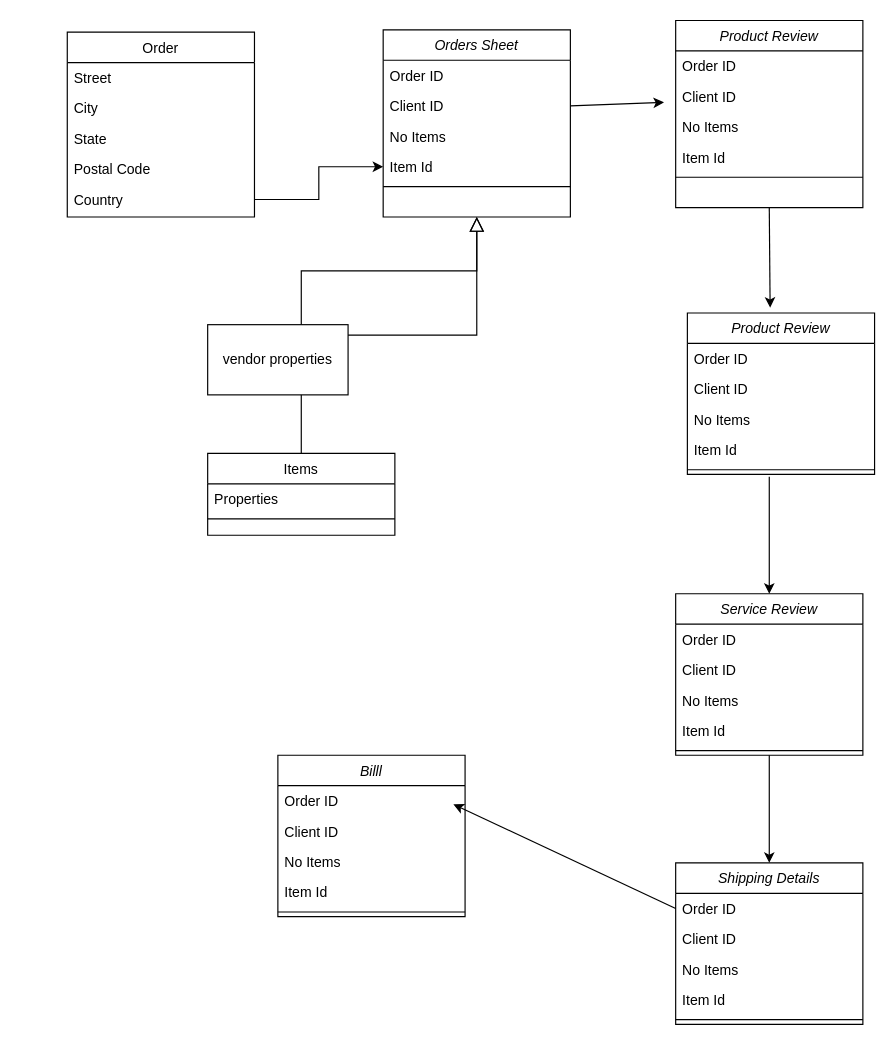
nlakshmirajasekhar/HospitalData keeps this draw.io diagram as Untitled Diagram.drawio. Above is the earlier version. Source tidied: cells renumbered, new cells numbered last; positions are measured from the earlier drawing's top-left corner, leaving out a move shared by most shapes. Both pictures are drawn from the tidied source at 117%, with x=0, y=0 at pixel (67, 20).
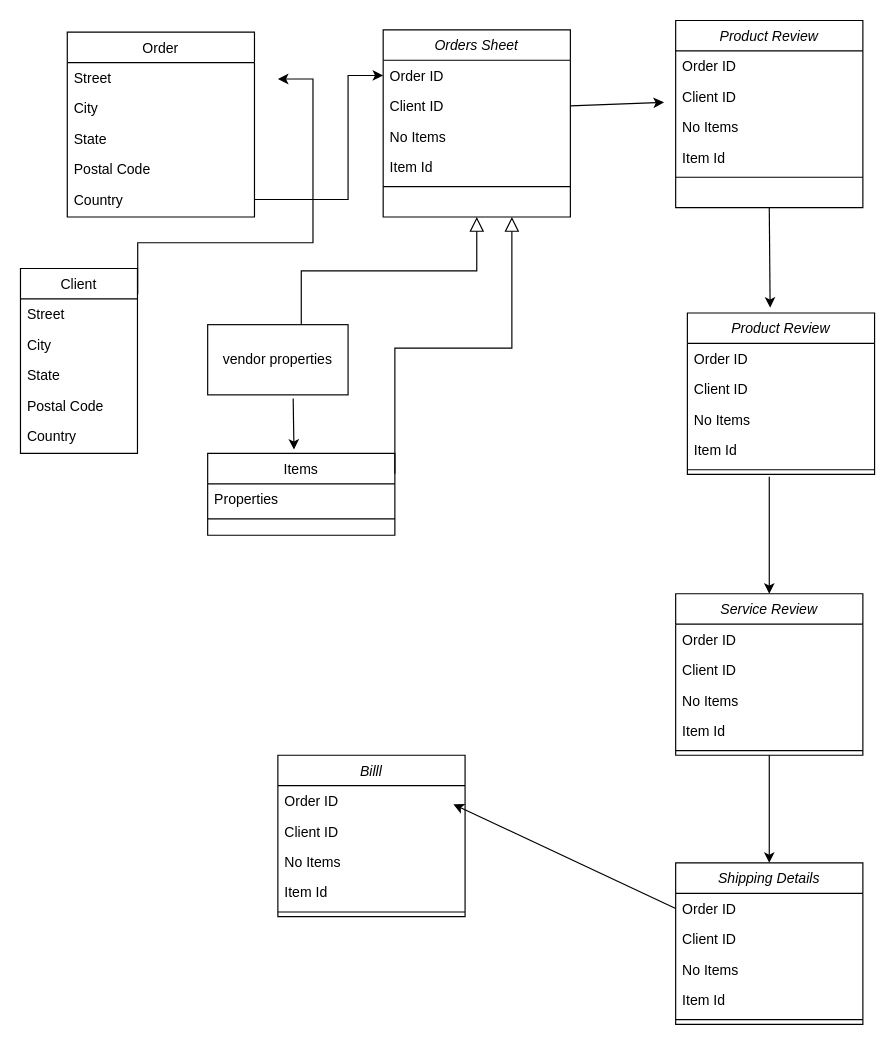
Above is the later version.

The change refers to these unchanged cells:
```xml
<mxCell id="2" value="Orders Sheet" style="swimlane;fontStyle=2;align=center;verticalAlign=top;horizontal=1;startSize=26;rounded=0;shadow=0;strokeWidth=1;" parent="1" vertex="1">
  <mxGeometry x="270" y="8" width="160" height="160" as="geometry" />
</mxCell>
<mxCell id="3" value="Order ID" style="text;align=left;verticalAlign=top;spacingLeft=4;spacingRight=4;overflow=hidden;points=[[0,0.5],[1,0.5]];portConstraint=eastwest;" parent="2" vertex="1">
  <mxGeometry y="26" width="160" height="26" as="geometry" />
</mxCell>
<mxCell id="6" value="Item Id " style="text;align=left;verticalAlign=top;spacingLeft=4;spacingRight=4;overflow=hidden;points=[[0,0.5],[1,0.5]];portConstraint=eastwest;rounded=0;shadow=0;html=0;" parent="2" vertex="1">
  <mxGeometry y="104" width="160" height="26" as="geometry" />
</mxCell>
<mxCell id="9" value="Items" style="swimlane;fontStyle=0;align=center;verticalAlign=top;horizontal=1;startSize=26;rounded=0;shadow=0;strokeWidth=1;" parent="1" vertex="1">
  <mxGeometry x="120" y="370" width="160" height="70" as="geometry" />
</mxCell>
<mxCell id="18" value="Country" style="text;align=left;verticalAlign=top;spacingLeft=4;spacingRight=4;overflow=hidden;points=[[0,0.5],[1,0.5]];portConstraint=eastwest;rounded=0;shadow=0;html=0;" parent="13" vertex="1">
  <mxGeometry y="130" width="160" height="26" as="geometry" />
</mxCell>
<mxCell id="19" value="vendor properties" style="rounded=0;whiteSpace=wrap;html=1;" parent="1" vertex="1">
  <mxGeometry x="120" y="260" width="120" height="60" as="geometry" />
</mxCell>
```

What changed in the source:
```diff
@@
-    <mxCell id="12" style="endArrow=block;endSize=10;endFill=0;shadow=0;strokeWidth=1;rounded=0;edgeStyle=elbowEdgeStyle;elbow=vertical;" parent="1" edge="1" source="9" target="2">
-      <mxGeometry relative="1" as="geometry" />
+    <mxCell id="12" style="endArrow=block;endSize=10;endFill=0;shadow=0;strokeWidth=1;rounded=0;edgeStyle=elbowEdgeStyle;elbow=vertical;exitX=1;exitY=0.25;exitDx=0;exitDy=0;" parent="1" edge="1" source="9" target="2">
+      <mxGeometry relative="1" as="geometry">
+        <Array as="points">
+          <mxPoint x="380" y="280" />
+          <mxPoint x="340" y="310" />
+          <mxPoint x="320" y="330" />
+          <mxPoint x="300" y="210" />
+        </Array>
+      </mxGeometry>
     </mxCell>
@@
-    <mxCell id="20" style="edgeStyle=orthogonalEdgeStyle;rounded=0;jettySize=auto;html=1;" parent="1" edge="1" source="18" target="6">
-      <mxGeometry relative="1" as="geometry" />
+    <mxCell id="20" style="edgeStyle=orthogonalEdgeStyle;rounded=0;jettySize=auto;html=1;" parent="1" edge="1" source="18" target="3">
+      <mxGeometry relative="1" as="geometry">
+        <Array as="points">
+          <mxPoint x="240" y="153" />
+          <mxPoint x="240" y="47" />
+        </Array>
+      </mxGeometry>
     </mxCell>
@@
+    <mxCell id="56" value="Client" style="swimlane;fontStyle=0;align=center;verticalAlign=top;horizontal=1;startSize=26;rounded=0;shadow=0;strokeWidth=1;" parent="1" vertex="1">
+      <mxGeometry x="-40" y="212" width="100" height="158" as="geometry" />
+    </mxCell>
+    <mxCell id="57" value="Street" style="text;align=left;verticalAlign=top;spacingLeft=4;spacingRight=4;overflow=hidden;" parent="56" vertex="1">
+      <mxGeometry y="26" width="100" height="26" as="geometry" />
+    </mxCell>
+    <mxCell id="58" value="City" style="text;align=left;verticalAlign=top;spacingLeft=4;spacingRight=4;overflow=hidden;rounded=0;shadow=0;html=0;" parent="56" vertex="1">
+      <mxGeometry y="52" width="100" height="26" as="geometry" />
+    </mxCell>
+    <mxCell id="59" value="State" style="text;align=left;verticalAlign=top;spacingLeft=4;spacingRight=4;overflow=hidden;rounded=0;shadow=0;html=0;" parent="56" vertex="1">
+      <mxGeometry y="78" width="100" height="26" as="geometry" />
+    </mxCell>
+    <mxCell id="60" value="Postal Code" style="text;align=left;verticalAlign=top;spacingLeft=4;spacingRight=4;overflow=hidden;rounded=0;shadow=0;html=0;" parent="56" vertex="1">
+      <mxGeometry y="104" width="100" height="26" as="geometry" />
+    </mxCell>
+    <mxCell id="61" value="Country" style="text;align=left;verticalAlign=top;spacingLeft=4;spacingRight=4;overflow=hidden;rounded=0;shadow=0;html=0;" parent="56" vertex="1">
+      <mxGeometry y="130" width="100" height="26" as="geometry" />
+    </mxCell>
+    <mxCell id="62" style="edgeStyle=orthogonalEdgeStyle;rounded=0;jettySize=auto;html=1;exitX=1.002;exitY=0.139;exitDx=0;exitDy=0;exitPerimeter=0;" parent="1" edge="1" source="56">
+      <mxGeometry relative="1" as="geometry">
+        <mxPoint x="180" y="50" as="targetPoint" />
+        <Array as="points">
+          <mxPoint x="60" y="190" />
+          <mxPoint x="210" y="190" />
+          <mxPoint x="210" y="50" />
+        </Array>
+      </mxGeometry>
+    </mxCell>
+    <mxCell id="63" style="endArrow=classic;html=1;exitX=0.609;exitY=1.051;exitDx=0;exitDy=0;exitPerimeter=0;entryX=0.461;entryY=-0.046;entryDx=0;entryDy=0;entryPerimeter=0;" parent="1" edge="1" source="19" target="9">
+      <mxGeometry relative="1" as="geometry" />
+    </mxCell>
```
